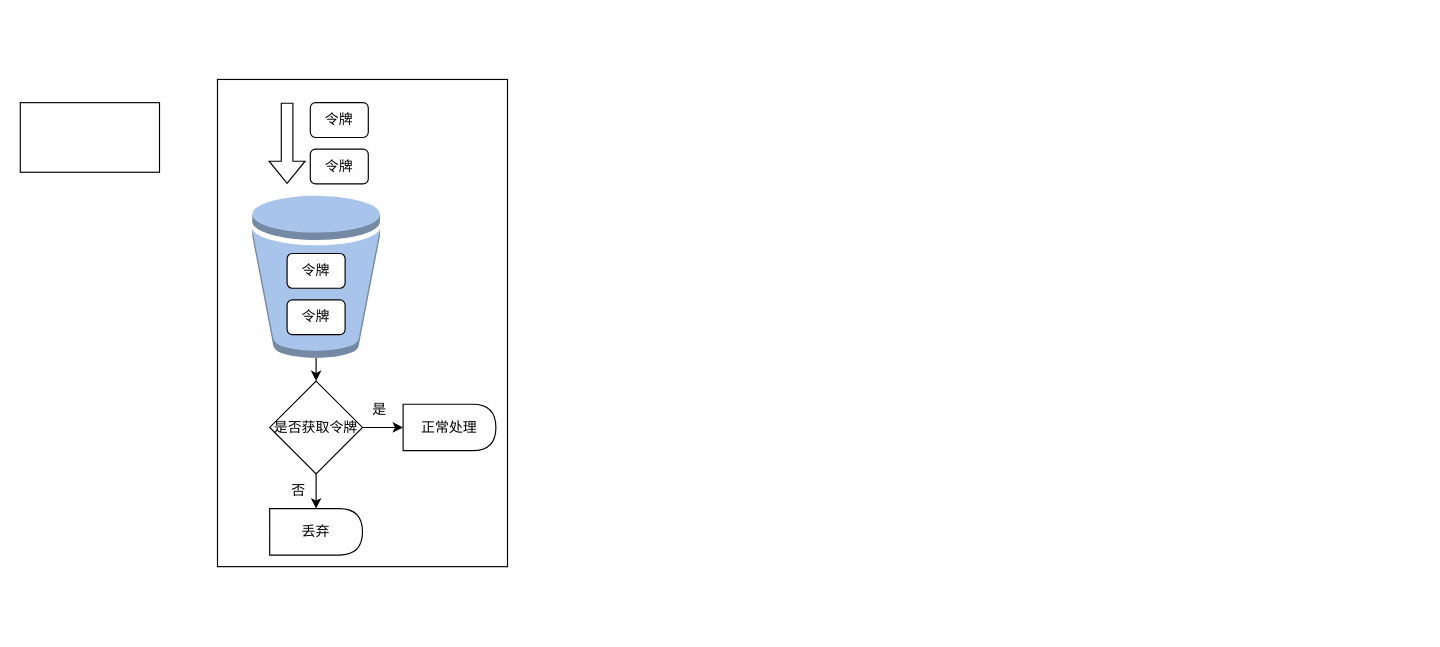
mineminemine123/work-wiki keeps this draw.io diagram as yx实时限流.drawio. Above is the earlier version. Source tidied: cells renumbered, new cells numbered last; positions are measured from the earlier drawing's top-left corner, leaving out a move shared by most shapes. Both pictures are drawn from the tidied source at 116%, with x=0, y=0 at pixel (20, 79).
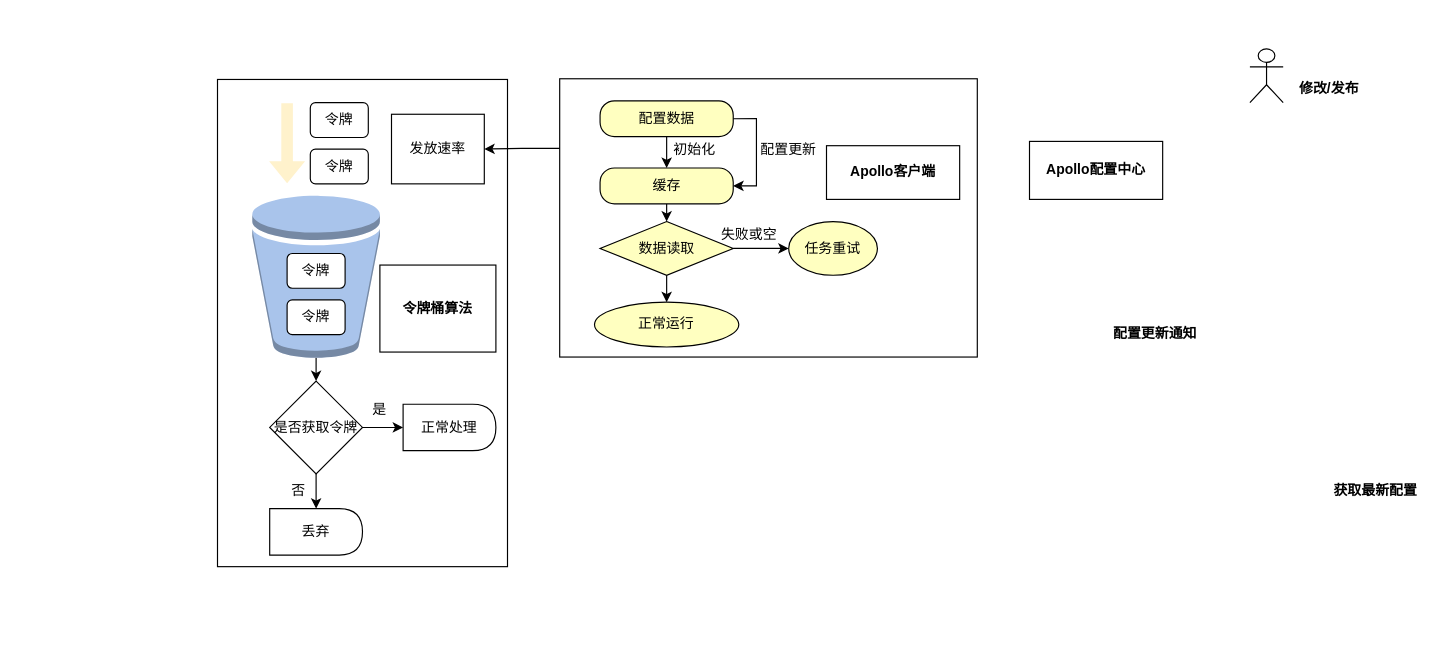
The same page after the edit.

Commit message (it also covers changes not shown here):
更新yx实时限流.drawio

The edit, as a diff of the source:
```diff
@@
-    <mxCell id="7" style="shape=flexArrow;endArrow=classic;html=1;rounded=0;" parent="1" edge="1">
+    <mxCell id="7" style="shape=flexArrow;endArrow=classic;html=1;rounded=0;strokeColor=none;fillColor=#fff2cc;" parent="1" edge="1">
       <mxGeometry relative="1" as="geometry">
         <mxPoint x="230" y="20" as="sourcePoint" />
         <mxPoint x="230" y="90" as="targetPoint" />
       </mxGeometry>
     </mxCell>
@@
-    <mxCell id="17" style="rounded=0;whiteSpace=wrap;html=1;strokeColor=default;fillColor=default;" parent="1" vertex="1">
-      <mxGeometry y="20" width="120" height="60" as="geometry" />
+    <mxCell id="17" value="&lt;b&gt;令牌桶算法&lt;/b&gt;" style="rounded=0;whiteSpace=wrap;html=1;strokeColor=default;fillColor=default;" parent="1" vertex="1">
+      <mxGeometry x="310" y="160" width="100" height="75" as="geometry" />
     </mxCell>
+    <mxCell id="18" style="group;" parent="1" vertex="1">
+      <mxGeometry x="295" y="-51.6" width="740" height="523.1" as="geometry" />
+    </mxCell>
+    <mxCell id="19" style="rounded=0;whiteSpace=wrap;html=1;strokeColor=default;fillColor=default;" parent="18" vertex="1">
+      <mxGeometry x="170" y="51" width="360" height="239.9" as="geometry" />
+    </mxCell>
+    <mxCell id="20" style="edgeStyle=orthogonalEdgeStyle;rounded=0;jettySize=auto;html=1;exitX=0.5;exitY=1;exitDx=0;exitDy=0;entryX=0.5;entryY=0;entryDx=0;entryDy=0;" parent="18" edge="1" source="21" target="23">
+      <mxGeometry relative="1" as="geometry" />
+    </mxCell>
+    <mxCell id="21" value="配置数据" style="rounded=1;whiteSpace=wrap;html=1;arcSize=40;fontColor=#000000;fillColor=#ffffc0;strokeColor=#000000;" parent="18" vertex="1">
+      <mxGeometry x="204.8" y="70" width="114.8" height="30.9" as="geometry" />
+    </mxCell>
+    <mxCell id="22" style="edgeStyle=orthogonalEdgeStyle;rounded=0;jettySize=auto;html=1;exitX=0.5;exitY=1;exitDx=0;exitDy=0;entryX=0.5;entryY=0;entryDx=0;entryDy=0;" parent="18" edge="1" source="23" target="27">
+      <mxGeometry relative="1" as="geometry" />
+    </mxCell>
+    <mxCell id="23" value="缓存" style="rounded=1;whiteSpace=wrap;html=1;arcSize=40;fontColor=#000000;fillColor=#ffffc0;strokeColor=#000000;" parent="18" vertex="1">
+      <mxGeometry x="204.8" y="127.9" width="114.8" height="30.9" as="geometry" />
+    </mxCell>
+    <mxCell id="24" style="edgeStyle=orthogonalEdgeStyle;rounded=0;jettySize=auto;html=1;exitX=1;exitY=0.5;exitDx=0;exitDy=0;entryX=1;entryY=0.5;entryDx=0;entryDy=0;strokeColor=#000000;" parent="18" edge="1" source="21" target="23">
+      <mxGeometry relative="1" as="geometry" />
+    </mxCell>
+    <mxCell id="25" style="edgeStyle=orthogonalEdgeStyle;rounded=0;jettySize=auto;html=1;exitX=0.5;exitY=1;exitDx=0;exitDy=0;entryX=0.5;entryY=0;entryDx=0;entryDy=0;" parent="18" edge="1" source="27" target="28">
+      <mxGeometry relative="1" as="geometry" />
+    </mxCell>
+    <mxCell id="26" style="edgeStyle=orthogonalEdgeStyle;rounded=0;jettySize=auto;html=1;exitX=1;exitY=0.5;exitDx=0;exitDy=0;entryX=0;entryY=0.5;entryDx=0;entryDy=0;" parent="18" edge="1" source="27" target="29">
+      <mxGeometry relative="1" as="geometry" />
+    </mxCell>
+    <mxCell id="27" value="数据读取" style="rhombus;whiteSpace=wrap;html=1;fillColor=#ffffc0;strokeColor=#000000;" parent="18" vertex="1">
+      <mxGeometry x="204.8" y="174.1" width="114.8" height="46.3" as="geometry" />
+    </mxCell>
+    <mxCell id="28" value="正常运行" style="ellipse;whiteSpace=wrap;html=1;strokeColor=#000000;fillColor=#FFFFC0;" parent="18" vertex="1">
+      <mxGeometry x="200" y="243.6" width="124.4" height="38.6" as="geometry" />
+    </mxCell>
+    <mxCell id="29" value="任务重试" style="ellipse;whiteSpace=wrap;html=1;strokeColor=#000000;fillColor=#FFFFC0;" parent="18" vertex="1">
+      <mxGeometry x="367.4" y="174.1" width="76.5" height="46.3" as="geometry" />
+    </mxCell>
+    <mxCell id="30" value="配置更新" style="text;html=1;strokeColor=none;fillColor=none;align=center;verticalAlign=middle;whiteSpace=wrap;rounded=0;" parent="18" vertex="1">
+      <mxGeometry x="329.2" y="100.9" width="76.5" height="23.1" as="geometry" />
+    </mxCell>
+    <mxCell id="31" value="初始化" style="text;html=1;strokeColor=none;fillColor=none;align=center;verticalAlign=middle;whiteSpace=wrap;rounded=0;" parent="18" vertex="1">
+      <mxGeometry x="247.8" y="100.9" width="76.5" height="23.1" as="geometry" />
+    </mxCell>
+    <mxCell id="32" value="&lt;h4&gt;Apollo客户端&lt;/h4&gt;" style="rounded=0;whiteSpace=wrap;html=1;" parent="18" vertex="1">
+      <mxGeometry x="400" y="108.7" width="114.8" height="46.3" as="geometry" />
+    </mxCell>
+    <mxCell id="33" value="&lt;h4&gt;Apollo配置中心&lt;/h4&gt;" style="rounded=0;whiteSpace=wrap;html=1;" parent="18" vertex="1">
+      <mxGeometry x="575" y="105" width="114.8" height="50" as="geometry" />
+    </mxCell>
+    <mxCell id="34" value="失败或空" style="text;html=1;strokeColor=none;fillColor=none;align=center;verticalAlign=middle;whiteSpace=wrap;rounded=0;" parent="18" vertex="1">
+      <mxGeometry x="295" y="174.1" width="76.5" height="23.1" as="geometry" />
+    </mxCell>
+    <mxCell id="35" value="&lt;h4&gt;配置更新通知&lt;/h4&gt;" style="text;html=1;strokeColor=none;fillColor=none;align=center;verticalAlign=middle;whiteSpace=wrap;rounded=0;" parent="18" vertex="1">
+      <mxGeometry x="645" y="259" width="76.5" height="23.1" as="geometry" />
+    </mxCell>
+    <mxCell id="36" value="发放速率" style="rounded=0;whiteSpace=wrap;html=1;strokeColor=default;fillColor=default;" parent="1" vertex="1">
+      <mxGeometry x="320" y="30" width="80" height="60" as="geometry" />
+    </mxCell>
+    <mxCell id="37" value="&lt;h4&gt;修改/发布&lt;/h4&gt;" style="text;html=1;strokeColor=none;fillColor=none;align=center;verticalAlign=middle;whiteSpace=wrap;rounded=0;" parent="1" vertex="1">
+      <mxGeometry x="1100" y="-3.1" width="57.4" height="23.1" as="geometry" />
+    </mxCell>
+    <mxCell id="38" value="&lt;h4&gt;获取最新配置&lt;/h4&gt;" style="text;html=1;strokeColor=none;fillColor=none;align=center;verticalAlign=middle;whiteSpace=wrap;rounded=0;" parent="1" vertex="1">
+      <mxGeometry x="1130" y="343.4" width="76.5" height="23.1" as="geometry" />
+    </mxCell>
+    <mxCell id="39" style="shape=umlActor;verticalLabelPosition=bottom;verticalAlign=top;html=1;" parent="1" vertex="1">
+      <mxGeometry x="1060" y="-26.3" width="28.7" height="46.3" as="geometry" />
+    </mxCell>
+    <mxCell id="40" style="edgeStyle=orthogonalEdgeStyle;rounded=0;jettySize=auto;html=1;exitX=0;exitY=0.25;exitDx=0;exitDy=0;" parent="1" edge="1" source="19" target="36">
+      <mxGeometry relative="1" as="geometry" />
+    </mxCell>
```
